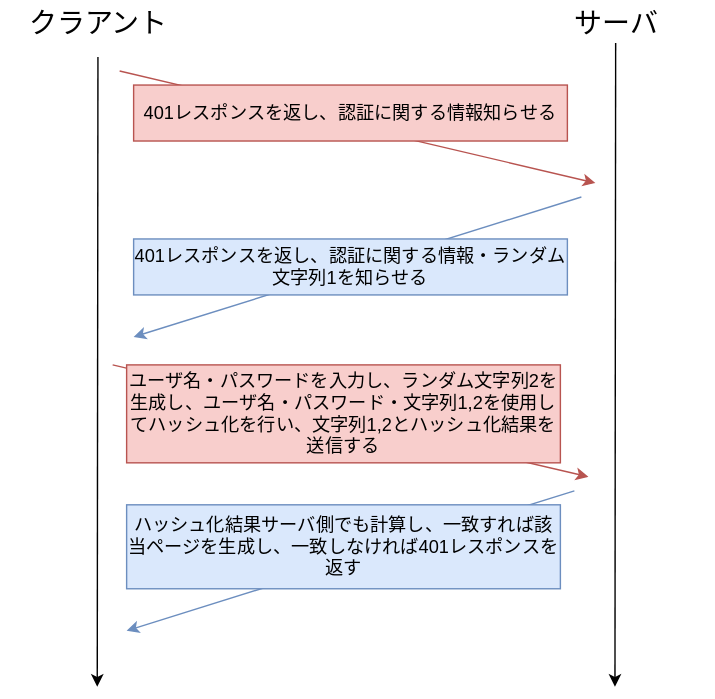
Earlier version of the draw.io export static/img/svg/Other/certification/certification-2.drawio.svg (koseki2580/study-docs). Source tidied: cells renumbered, new cells last; positions are measured from the earlier drawing's top-left corner, leaving out a move shared by most shapes.
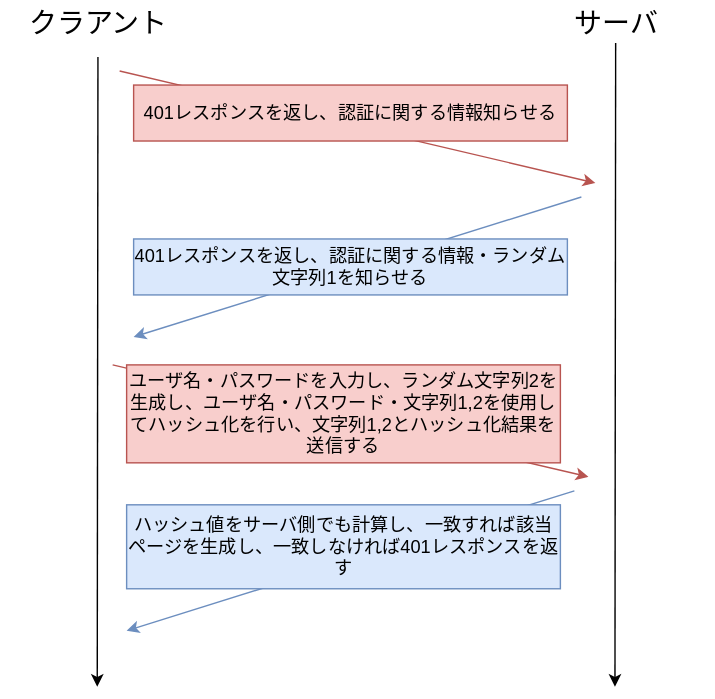
The same file after the commit.

Commit message:
追記と修正

Diff of the diagram source:
```diff
@@ -50,7 +50,7 @@
         <mxPoint x="90" y="450" as="targetPoint" />
       </mxGeometry>
     </mxCell>
-    <mxCell id="12" value="ハッシュ化結果サーバ側でも計算し、一致すれば該当ページを生成し、一致しなければ401レスポンスを返す" style="text;html=1;strokeColor=#6c8ebf;fillColor=#dae8fc;align=center;verticalAlign=middle;whiteSpace=wrap;rounded=0;fontSize=13;" parent="1" vertex="1">
+    <mxCell id="12" value="ハッシュ値をサーバ側でも計算し、一致すれば該当ページを生成し、一致しなければ401レスポンスを返す" style="text;html=1;strokeColor=#6c8ebf;fillColor=#dae8fc;align=center;verticalAlign=middle;whiteSpace=wrap;rounded=0;fontSize=13;" parent="1" vertex="1">
       <mxGeometry x="90" y="360" width="310" height="60" as="geometry" />
     </mxCell>
     <mxCell id="13" value="ユーザ名・パスワードを入力し、ランダム文字列2を生成し、ユーザ名・パスワード・文字列1,2を使用してハッシュ化を行い、文字列1,2とハッシュ化結果を送信する" style="text;html=1;strokeColor=#b85450;fillColor=#f8cecc;align=center;verticalAlign=middle;whiteSpace=wrap;rounded=0;fontSize=13;" parent="1" vertex="1">
```
